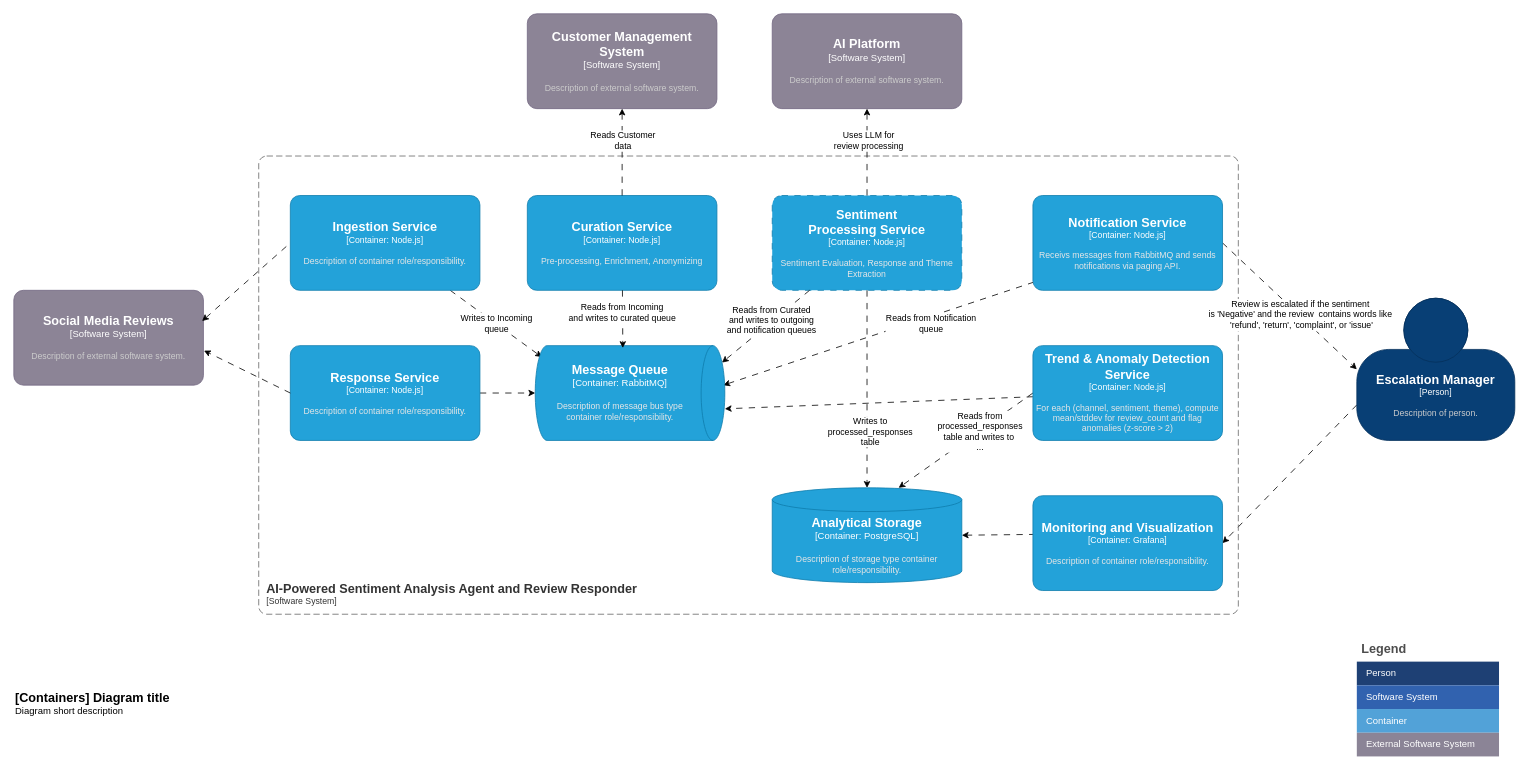
Earlier version of the draw.io diagram page "container" (2 of 4) of docs/diagrams.drawio (fusion-platform-services/fps-blueprint-ai-sentiment-analysis-and-response). Source tidied: cells renumbered, new cells numbered last; positions are measured from the earlier drawing's top-left corner, leaving out a move shared by most shapes. Both pictures are drawn from the tidied source at 79%, with x=0, y=0 at pixel (13, 13).
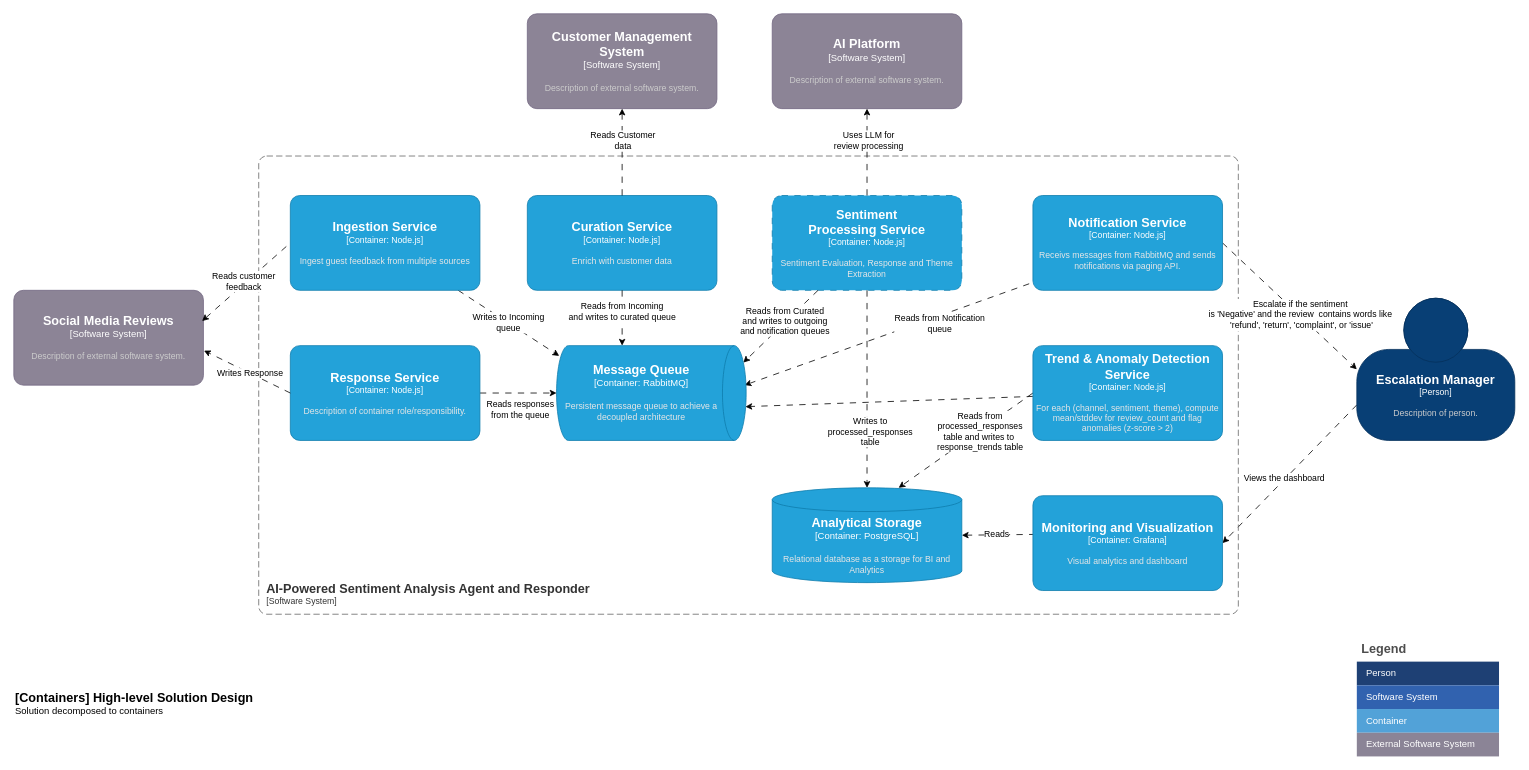
The same diagram, later.

The change refers to these unchanged cells:
```xml
<mxCell id="2" style="edgeStyle=none;rounded=0;jettySize=auto;html=1;exitX=0;exitY=0.75;exitDx=0;exitDy=0;exitPerimeter=0;dashed=1;dashPattern=8 8;" parent="1" edge="1" source="3">
  <mxGeometry relative="1" as="geometry">
    <mxPoint x="1530" y="670" as="targetPoint" />
  </mxGeometry>
</mxCell>
<object id="5" label="&lt;font style=&quot;font-size: 16px&quot;&gt;&lt;b&gt;%c4Name%&lt;/b&gt;&lt;/font&gt;&lt;div&gt;[%c4Type%: %c4Technology%]&lt;/div&gt;&lt;br&gt;&lt;div&gt;&lt;font style=&quot;font-size: 11px&quot;&gt;&lt;font color=&quot;#E6E6E6&quot;&gt;%c4Description%&lt;/font&gt;&lt;/div&gt;" c4Description="Description of container role/responsibility." c4Name="Response Service" c4Technology="Node.js" c4Type="Container" placeholders="1">
  <mxCell style="rounded=1;whiteSpace=wrap;html=1;fontSize=11;labelBackgroundColor=none;fillColor=#23A2D9;fontColor=#ffffff;align=center;arcSize=10;strokeColor=#0E7DAD;points=[[0.25,0,0],[0.5,0,0],[0.75,0,0],[1,0.25,0],[1,0.5,0],[1,0.75,0],[0.75,1,0],[0.5,1,0],[0.25,1,0],[0,0.75,0],[0,0.5,0],[0,0.25,0]];" parent="1" vertex="1">
    <mxGeometry x="350" y="420" width="240" height="120" as="geometry" />
  </mxCell>
</object>
<mxCell id="10" style="edgeStyle=none;rounded=0;jettySize=auto;html=1;exitX=1;exitY=0.5;exitDx=0;exitDy=0;exitPerimeter=0;entryX=0;entryY=0.5;entryDx=0;entryDy=0;entryPerimeter=0;dashed=1;dashPattern=8 8;" parent="1" edge="1" source="12" target="3">
  <mxGeometry relative="1" as="geometry" />
</mxCell>
<mxCell id="13" style="edgeStyle=none;rounded=0;jettySize=auto;html=1;entryX=1;entryY=0.5;entryDx=0;entryDy=0;entryPerimeter=0;exitX=0.013;exitY=0.408;exitDx=0;exitDy=0;exitPerimeter=0;dashed=1;dashPattern=8 8;" parent="1" edge="1" source="14" target="15">
  <mxGeometry relative="1" as="geometry" />
</mxCell>
<mxCell id="17" style="edgeStyle=none;rounded=0;jettySize=auto;html=1;exitX=0;exitY=0.5;exitDx=0;exitDy=0;exitPerimeter=0;dashed=1;dashPattern=8 8;" parent="1" edge="1" source="20">
  <mxGeometry relative="1" as="geometry">
    <mxPoint x="1120" y="600" as="targetPoint" />
  </mxGeometry>
</mxCell>
<object id="20" label="&lt;font style=&quot;font-size: 16px&quot;&gt;&lt;b&gt;%c4Name%&lt;/b&gt;&lt;/font&gt;&lt;div&gt;[%c4Type%: %c4Technology%]&lt;/div&gt;&lt;br&gt;&lt;div&gt;&lt;font style=&quot;font-size: 11px&quot;&gt;&lt;font color=&quot;#E6E6E6&quot;&gt;%c4Description%&lt;/font&gt;&lt;/div&gt;" c4Description="For each (channel, sentiment, theme), compute mean/stddev for review_count and flag anomalies (z-score &gt; 2)" c4Name="Trend &amp; Anomaly Detection Service" c4Technology="Node.js" c4Type="Container" placeholders="1">
  <mxCell style="rounded=1;whiteSpace=wrap;html=1;fontSize=11;labelBackgroundColor=none;fillColor=#23A2D9;fontColor=#ffffff;align=center;arcSize=10;strokeColor=#0E7DAD;points=[[0.25,0,0],[0.5,0,0],[0.75,0,0],[1,0.25,0],[1,0.5,0],[1,0.75,0],[0.75,1,0],[0.5,1,0],[0.25,1,0],[0,0.75,0],[0,0.5,0],[0,0.25,0]];" parent="1" vertex="1">
    <mxGeometry x="1290" y="420" width="240" height="120" as="geometry" />
  </mxCell>
</object>
<mxCell id="26" style="edgeStyle=none;rounded=0;jettySize=auto;html=1;entryX=0;entryY=0.5;entryDx=0;entryDy=0;entryPerimeter=0;exitX=0.993;exitY=0.324;exitDx=0;exitDy=0;exitPerimeter=0;dashed=1;dashPattern=8 8;startArrow=classic;startFill=1;endArrow=none;endFill=0;" parent="1" edge="1" source="9" target="8">
  <mxGeometry relative="1" as="geometry" />
</mxCell>
<mxCell id="27" style="edgeStyle=none;rounded=0;jettySize=auto;html=1;entryX=1.003;entryY=0.636;entryDx=0;entryDy=0;entryPerimeter=0;exitX=0;exitY=0.5;exitDx=0;exitDy=0;exitPerimeter=0;dashed=1;dashPattern=8 8;" parent="1" edge="1" source="5" target="9">
  <mxGeometry relative="1" as="geometry" />
</mxCell>
```

The edit, as a diff of the source:
```diff
@@
+    <mxCell id="49" value="Views the dashboard" style="edgeLabel;html=1;align=center;verticalAlign=middle;" parent="2" vertex="1">
+      <mxGeometry x="0.07" y="-2" relative="1" as="geometry" />
+    </mxCell>
@@
-    <mxCell id="4" style="edgeStyle=none;rounded=0;jettySize=auto;html=1;dashed=1;dashPattern=8 8;startArrow=none;startFill=0;endArrow=classic;endFill=1;" parent="1" edge="1" source="5">
-      <mxGeometry relative="1" as="geometry">
-        <mxPoint x="660" y="480" as="targetPoint" />
-      </mxGeometry>
+    <mxCell id="4" style="edgeStyle=none;rounded=0;jettySize=auto;html=1;dashed=1;dashPattern=8 8;startArrow=none;startFill=0;endArrow=classic;endFill=1;entryX=0.5;entryY=1;entryDx=0;entryDy=0;entryPerimeter=0;" parent="1" edge="1" source="5" target="46">
+      <mxGeometry relative="1" as="geometry" />
     </mxCell>
+    <mxCell id="50" value="Reads responses &lt;br&gt;from the queue" style="edgeLabel;html=1;align=center;verticalAlign=middle;" parent="4" vertex="1">
+      <mxGeometry x="-0.1" y="2" relative="1" as="geometry">
+        <mxPoint x="6" y="22" as="offset" />
+      </mxGeometry>
+    </mxCell>
@@
-    <object id="6" label="&lt;font style=&quot;font-size: 16px&quot;&gt;&lt;b&gt;&lt;div style=&quot;text-align: left&quot;&gt;%c4Name%&lt;/div&gt;&lt;/b&gt;&lt;/font&gt;&lt;div style=&quot;text-align: left&quot;&gt;[%c4Application%]&lt;/div&gt;" c4Application="Software System" c4Name="AI-Powered Sentiment Analysis Agent and Review Responder" placeholders="1">
+    <object id="6" label="&lt;font style=&quot;font-size: 16px&quot;&gt;&lt;b&gt;&lt;div style=&quot;text-align: left&quot;&gt;%c4Name%&lt;/div&gt;&lt;/b&gt;&lt;/font&gt;&lt;div style=&quot;text-align: left&quot;&gt;[%c4Application%]&lt;/div&gt;" c4Application="Software System" c4Name="AI-Powered Sentiment Analysis Agent and Responder" placeholders="1">
       <mxCell style="rounded=1;fontSize=11;whiteSpace=wrap;html=1;dashed=1;arcSize=20;fillColor=none;strokeColor=#666666;fontColor=#333333;labelBackgroundColor=none;align=left;verticalAlign=bottom;labelBorderColor=none;spacingTop=0;spacing=10;dashPattern=8 4;perimeter=rectanglePerimeter;noLabel=0;labelPadding=0;absoluteArcSize=1;" parent="1" vertex="1">
         <mxGeometry x="310" y="180" width="1240" height="580" as="geometry" />
       </mxCell>
     </object>
-    <mxCell id="7" value="Writes to Incoming &lt;br&gt;queue" style="edgeStyle=none;rounded=0;jettySize=auto;html=1;dashed=1;dashPattern=8 8;entryX=0.121;entryY=0.965;entryDx=0;entryDy=0;entryPerimeter=0;" parent="1" edge="1" source="8" target="46">
+    <mxCell id="7" value="Writes to Incoming &lt;br&gt;queue" style="edgeStyle=none;rounded=0;jettySize=auto;html=1;dashed=1;dashPattern=8 8;entryX=0.108;entryY=0.986;entryDx=0;entryDy=0;entryPerimeter=0;" parent="1" edge="1" source="8" target="46">
       <mxGeometry relative="1" as="geometry" />
     </mxCell>
-    <object id="8" label="&lt;font style=&quot;font-size: 16px&quot;&gt;&lt;b&gt;%c4Name%&lt;/b&gt;&lt;/font&gt;&lt;div&gt;[%c4Type%: %c4Technology%]&lt;/div&gt;&lt;br&gt;&lt;div&gt;&lt;font style=&quot;font-size: 11px&quot;&gt;&lt;font color=&quot;#E6E6E6&quot;&gt;%c4Description%&lt;/font&gt;&lt;/div&gt;" c4Description="Description of container role/responsibility." c4Name="Ingestion Service" c4Technology="Node.js" c4Type="Container" placeholders="1">
+    <object id="8" label="&lt;font style=&quot;font-size: 16px&quot;&gt;&lt;b&gt;%c4Name%&lt;/b&gt;&lt;/font&gt;&lt;div&gt;[%c4Type%: %c4Technology%]&lt;/div&gt;&lt;br&gt;&lt;div&gt;&lt;font style=&quot;font-size: 11px&quot;&gt;&lt;font color=&quot;#E6E6E6&quot;&gt;%c4Description%&lt;/font&gt;&lt;/div&gt;" c4Description="Ingest guest feedback from multiple sources" c4Name="Ingestion Service" c4Technology="Node.js" c4Type="Container" placeholders="1">
       <mxCell style="rounded=1;whiteSpace=wrap;html=1;fontSize=11;labelBackgroundColor=none;fillColor=#23A2D9;fontColor=#ffffff;align=center;arcSize=10;strokeColor=#0E7DAD;points=[[0.25,0,0],[0.5,0,0],[0.75,0,0],[1,0.25,0],[1,0.5,0],[1,0.75,0],[0.75,1,0],[0.5,1,0],[0.25,1,0],[0,0.75,0],[0,0.5,0],[0,0.25,0]];" parent="1" vertex="1">
         <mxGeometry x="350" y="230" width="240" height="120" as="geometry" />
       </mxCell>
     </object>
@@
-    <mxCell id="11" value="Review is escalated if the sentiment &#10;is 'Negative' and the review  contains words like &#10;'refund', 'return', 'complaint', or 'issue'" style="edgeLabel;align=center;verticalAlign=middle;" parent="10" vertex="1">
+    <mxCell id="11" value="Escalate if the sentiment &#10;is 'Negative' and the review  contains words like &#10;'refund', 'return', 'complaint', or 'issue'" style="edgeLabel;align=center;verticalAlign=middle;" parent="10" vertex="1">
       <mxGeometry x="0.01" relative="1" as="geometry">
         <mxPoint x="14" y="9" as="offset" />
       </mxGeometry>
     </mxCell>
@@
+    <mxCell id="51" value="Reads" style="edgeLabel;html=1;align=center;verticalAlign=middle;" parent="13" vertex="1">
+      <mxGeometry x="0.07" y="-1" relative="1" as="geometry" />
+    </mxCell>
-    <object id="14" label="&lt;font style=&quot;font-size: 16px&quot;&gt;&lt;b&gt;%c4Name%&lt;/b&gt;&lt;/font&gt;&lt;div&gt;[%c4Type%: %c4Technology%]&lt;/div&gt;&lt;br&gt;&lt;div&gt;&lt;font style=&quot;font-size: 11px&quot;&gt;&lt;font color=&quot;#E6E6E6&quot;&gt;%c4Description%&lt;/font&gt;&lt;/div&gt;" c4Description="Description of container role/responsibility." c4Name="Monitoring and Visualization" c4Technology="Grafana" c4Type="Container" placeholders="1">
+    <object id="14" label="&lt;font style=&quot;font-size: 16px&quot;&gt;&lt;b&gt;%c4Name%&lt;/b&gt;&lt;/font&gt;&lt;div&gt;[%c4Type%: %c4Technology%]&lt;/div&gt;&lt;br&gt;&lt;div&gt;&lt;font style=&quot;font-size: 11px&quot;&gt;&lt;font color=&quot;#E6E6E6&quot;&gt;%c4Description%&lt;/font&gt;&lt;/div&gt;" c4Description="Visual analytics and dashboard" c4Name="Monitoring and Visualization" c4Technology="Grafana" c4Type="Container" placeholders="1">
       <mxCell style="rounded=1;whiteSpace=wrap;html=1;fontSize=11;labelBackgroundColor=none;fillColor=#23A2D9;fontColor=#ffffff;align=center;arcSize=10;strokeColor=#0E7DAD;points=[[0.25,0,0],[0.5,0,0],[0.75,0,0],[1,0.25,0],[1,0.5,0],[1,0.75,0],[0.75,1,0],[0.5,1,0],[0.25,1,0],[0,0.75,0],[0,0.5,0],[0,0.25,0]];" parent="1" vertex="1">
         <mxGeometry x="1290" y="610" width="240" height="120" as="geometry" />
       </mxCell>
     </object>
-    <object id="15" label="&lt;font style=&quot;font-size: 16px&quot;&gt;&lt;b&gt;%c4Name%&lt;/b&gt;&lt;/font&gt;&lt;div&gt;[%c4Type%:&amp;nbsp;%c4Technology%]&lt;/div&gt;&lt;br&gt;&lt;div&gt;&lt;font style=&quot;font-size: 11px&quot;&gt;&lt;font color=&quot;#E6E6E6&quot;&gt;%c4Description%&lt;/font&gt;&lt;/div&gt;" c4Description="Description of storage type container role/responsibility." c4Name="Analytical Storage" c4Technology="PostgreSQL" c4Type="Container" placeholders="1">
+    <object id="15" label="&lt;font style=&quot;font-size: 16px&quot;&gt;&lt;b&gt;%c4Name%&lt;/b&gt;&lt;/font&gt;&lt;div&gt;[%c4Type%:&amp;nbsp;%c4Technology%]&lt;/div&gt;&lt;br&gt;&lt;div&gt;&lt;font style=&quot;font-size: 11px&quot;&gt;&lt;font color=&quot;#E6E6E6&quot;&gt;%c4Description%&lt;/font&gt;&lt;/div&gt;" c4Description="Relational database as a storage for BI and Analytics" c4Name="Analytical Storage" c4Technology="PostgreSQL" c4Type="Container" placeholders="1">
       <mxCell style="shape=cylinder3;size=15;whiteSpace=wrap;html=1;boundedLbl=1;rounded=0;labelBackgroundColor=none;fillColor=#23A2D9;fontSize=12;fontColor=#ffffff;align=center;strokeColor=#0E7DAD;points=[[0.5,0,0],[1,0.25,0],[1,0.5,0],[1,0.75,0],[0.5,1,0],[0,0.75,0],[0,0.5,0],[0,0.25,0]];" parent="1" vertex="1">
         <mxGeometry x="960" y="600" width="240" height="120" as="geometry" />
       </mxCell>
     </object>
-    <object id="16" label="&lt;font style=&quot;font-size: 16px&quot;&gt;&lt;b&gt;%c4Name%&lt;/b&gt;&lt;/font&gt;&lt;div&gt;[%c4Type%: %c4Technology%]&lt;/div&gt;&lt;br&gt;&lt;div&gt;&lt;font style=&quot;font-size: 11px&quot;&gt;&lt;font color=&quot;#E6E6E6&quot;&gt;%c4Description%&lt;/font&gt;&lt;/div&gt;" c4Description="Pre-processing, Enrichment, Anonymizing" c4Name="Curation Service" c4Technology="Node.js" c4Type="Container" placeholders="1">
+    <object id="16" label="&lt;font style=&quot;font-size: 16px&quot;&gt;&lt;b&gt;%c4Name%&lt;/b&gt;&lt;/font&gt;&lt;div&gt;[%c4Type%: %c4Technology%]&lt;/div&gt;&lt;br&gt;&lt;div&gt;&lt;font style=&quot;font-size: 11px&quot;&gt;&lt;font color=&quot;#E6E6E6&quot;&gt;%c4Description%&lt;/font&gt;&lt;/div&gt;" c4Description="Enrich with customer data" c4Name="Curation Service" c4Technology="Node.js" c4Type="Container" placeholders="1">
       <mxCell style="rounded=1;whiteSpace=wrap;html=1;fontSize=11;labelBackgroundColor=none;fillColor=#23A2D9;fontColor=#ffffff;align=center;arcSize=10;strokeColor=#0E7DAD;points=[[0.25,0,0],[0.5,0,0],[0.75,0,0],[1,0.25,0],[1,0.5,0],[1,0.75,0],[0.75,1,0],[0.5,1,0],[0.25,1,0],[0,0.75,0],[0,0.5,0],[0,0.25,0]];" parent="1" vertex="1">
         <mxGeometry x="650" y="230" width="240" height="120" as="geometry" />
       </mxCell>
     </object>
@@
-    <mxCell id="18" value="Reads from &lt;br&gt;processed_responses &lt;br&gt;table and writes to&amp;nbsp;&lt;br&gt;..." style="edgeLabel;html=1;align=center;verticalAlign=middle;" parent="17" vertex="1">
+    <mxCell id="18" value="Reads from &lt;br&gt;processed_responses &lt;br&gt;table and writes to&amp;nbsp;&lt;div&gt;response_trends table&lt;br&gt;&lt;/div&gt;" style="edgeLabel;html=1;align=center;verticalAlign=middle;" parent="17" vertex="1">
       <mxGeometry x="-0.2" y="1" relative="1" as="geometry" />
     </mxCell>
-    <mxCell id="19" style="edgeStyle=none;rounded=0;jettySize=auto;html=1;dashed=1;dashPattern=8 8;" parent="1" edge="1" source="20">
-      <mxGeometry relative="1" as="geometry">
-        <mxPoint x="900" y="500" as="targetPoint" />
-      </mxGeometry>
+    <mxCell id="19" style="edgeStyle=none;rounded=0;jettySize=auto;html=1;dashed=1;dashPattern=8 8;entryX=0.644;entryY=0.004;entryDx=0;entryDy=0;entryPerimeter=0;" parent="1" edge="1" source="20" target="46">
+      <mxGeometry relative="1" as="geometry" />
     </mxCell>
@@
+    <mxCell id="52" value="Reads customer &lt;br&gt;feedback" style="edgeLabel;html=1;align=center;verticalAlign=middle;" parent="26" vertex="1">
+      <mxGeometry x="-0.04" y="3" relative="1" as="geometry" />
+    </mxCell>
@@
+    <mxCell id="53" value="Writes Response" style="edgeLabel;html=1;align=center;verticalAlign=middle;" parent="27" vertex="1">
+      <mxGeometry x="-0.07" relative="1" as="geometry" />
+    </mxCell>
@@
-    <object id="43" label="&lt;font style=&quot;font-size: 16px&quot;&gt;&lt;b&gt;&lt;div style=&quot;text-align: left&quot;&gt;%c4Name%&lt;/div&gt;&lt;/b&gt;&lt;/font&gt;&lt;div style=&quot;text-align: left&quot;&gt;%c4Description%&lt;/div&gt;" c4Description="Diagram short description" c4Name="[Containers] Diagram title" placeholders="1">
+    <object id="43" label="&lt;font style=&quot;font-size: 16px&quot;&gt;&lt;b&gt;&lt;div style=&quot;text-align: left&quot;&gt;%c4Name%&lt;/div&gt;&lt;/b&gt;&lt;/font&gt;&lt;div style=&quot;text-align: left&quot;&gt;%c4Description%&lt;/div&gt;" c4Description="Solution decomposed to containers" c4Name="[Containers] High-level Solution Design" placeholders="1">
       <mxCell style="text;html=1;strokeColor=none;fillColor=none;align=left;verticalAlign=top;whiteSpace=wrap;rounded=0;" parent="1" vertex="1">
-        <mxGeometry y="850" width="260" height="40" as="geometry" />
+        <mxGeometry y="850" width="310" height="40" as="geometry" />
       </mxCell>
     </object>
@@
-    <object id="46" label="&lt;font style=&quot;font-size: 16px&quot;&gt;&lt;b&gt;%c4Name%&lt;/b&gt;&lt;/font&gt;&lt;div&gt;[%c4Type%:&amp;nbsp;%c4Technology%]&lt;/div&gt;&lt;br&gt;&lt;div&gt;&lt;font style=&quot;font-size: 11px&quot;&gt;&lt;font color=&quot;#E6E6E6&quot;&gt;%c4Description%&lt;/font&gt;&lt;/div&gt;" c4Description="Description of message bus type container role/responsibility." c4Name="Message Queue" c4Technology="RabbitMQ" c4Type="Container" placeholders="1">
+    <object id="46" label="&lt;font style=&quot;font-size: 16px&quot;&gt;&lt;b&gt;%c4Name%&lt;/b&gt;&lt;/font&gt;&lt;div&gt;[%c4Type%:&amp;nbsp;%c4Technology%]&lt;/div&gt;&lt;br&gt;&lt;div&gt;&lt;font style=&quot;font-size: 11px&quot;&gt;&lt;font color=&quot;#E6E6E6&quot;&gt;%c4Description%&lt;/font&gt;&lt;/div&gt;" c4Description="Persistent message queue to achieve a decoupled architecture" c4Name="Message Queue" c4Technology="RabbitMQ" c4Type="Container" placeholders="1">
       <mxCell style="shape=cylinder3;size=15;direction=south;whiteSpace=wrap;html=1;boundedLbl=1;rounded=0;labelBackgroundColor=none;fillColor=#23A2D9;fontSize=12;fontColor=#ffffff;align=center;strokeColor=#0E7DAD;points=[[0.5,0,0],[1,0.25,0],[1,0.5,0],[1,0.75,0],[0.5,1,0],[0,0.75,0],[0,0.5,0],[0,0.25,0]];" parent="1" vertex="1">
-        <mxGeometry x="660" y="420" width="240" height="120" as="geometry" />
+        <mxGeometry x="687" y="420" width="240" height="120" as="geometry" />
       </mxCell>
     </object>
-    <mxCell id="47" style="edgeStyle=none;rounded=0;jettySize=auto;html=1;entryX=0.025;entryY=0.538;entryDx=0;entryDy=0;entryPerimeter=0;dashed=1;dashPattern=8 8;startArrow=none;startFill=0;" parent="1" edge="1" source="16" target="46">
-      <mxGeometry relative="1" as="geometry" />
+    <mxCell id="47" style="edgeStyle=none;rounded=0;jettySize=auto;html=1;dashed=1;dashPattern=8 8;startArrow=none;startFill=0;" parent="1" edge="1" source="16">
+      <mxGeometry relative="1" as="geometry">
+        <mxPoint x="770" y="420" as="targetPoint" />
+      </mxGeometry>
     </mxCell>
```
